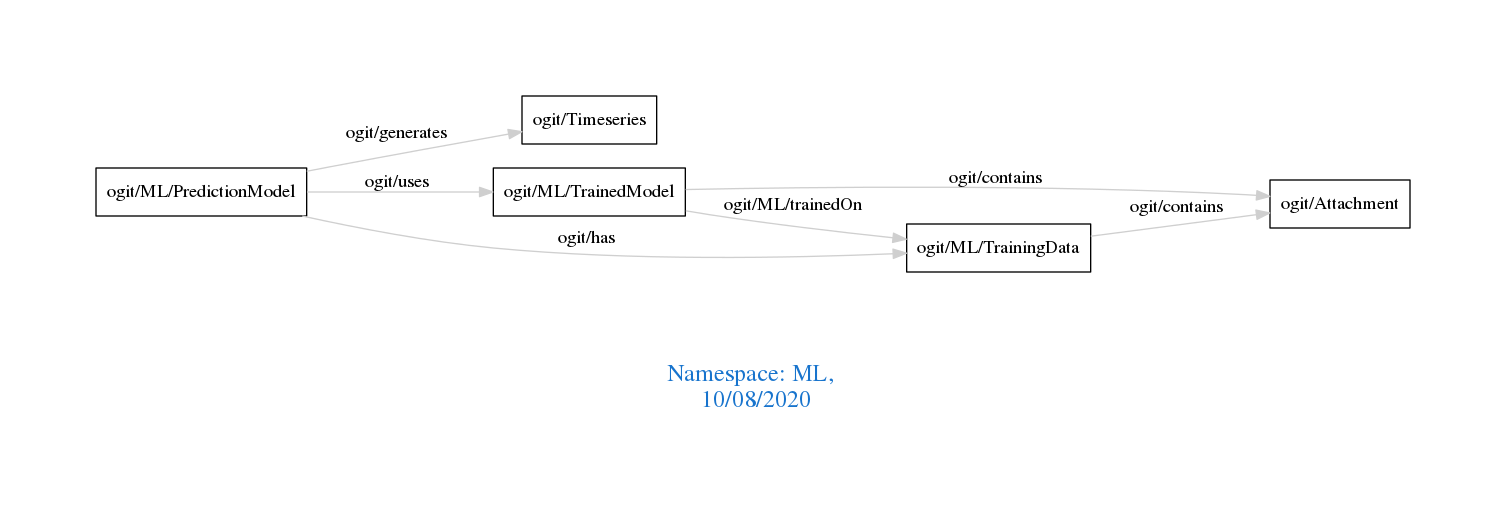
arago/OGIT keeps this Graphviz diagram as downloads/ML.png. Above is the earlier version. Its source is kept beside it as downloads/ML.dot.
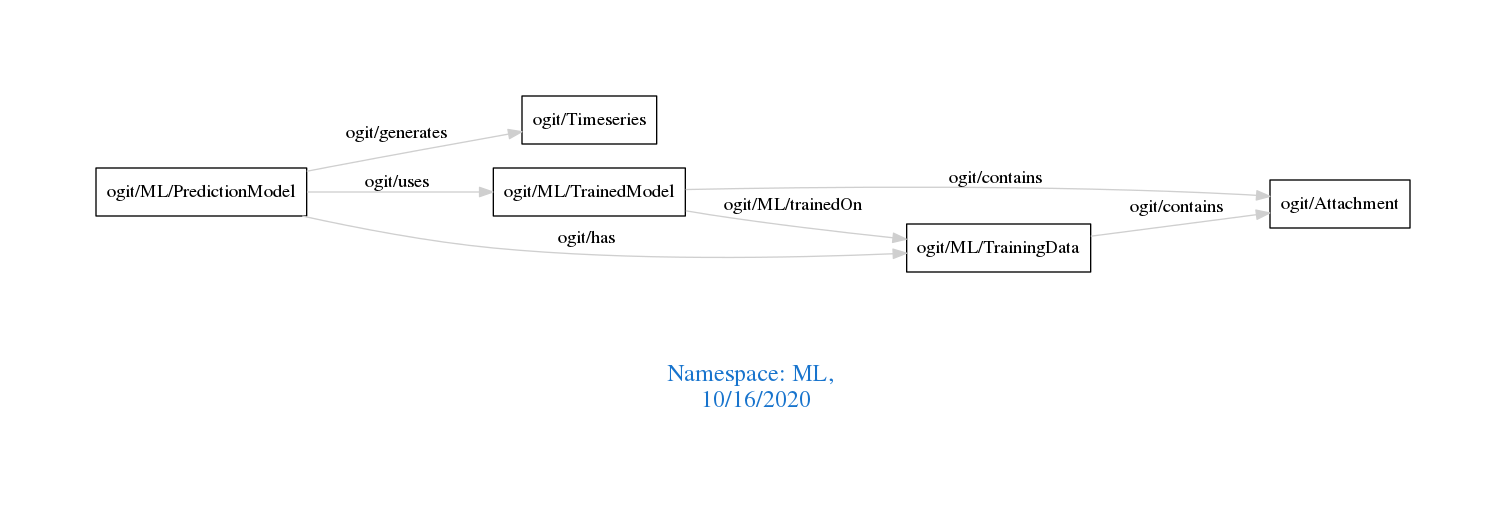
Later version of the same file.

The edit, as a diff of the source:
```diff
@@ -1,7 +1,7 @@
 digraph OGIT_ontology {
  graph [ rankdir= LR,pad=1
 fontsize = 18,
-fontcolor= dodgerblue3,label = "\n\n\nNamespace: ML, \n 10/08/2020"];
+fontcolor= dodgerblue3,label = "\n\n\nNamespace: ML, \n 10/16/2020"];
 node[shape=polygon];
 edge [  color="gray81"];
 
```
